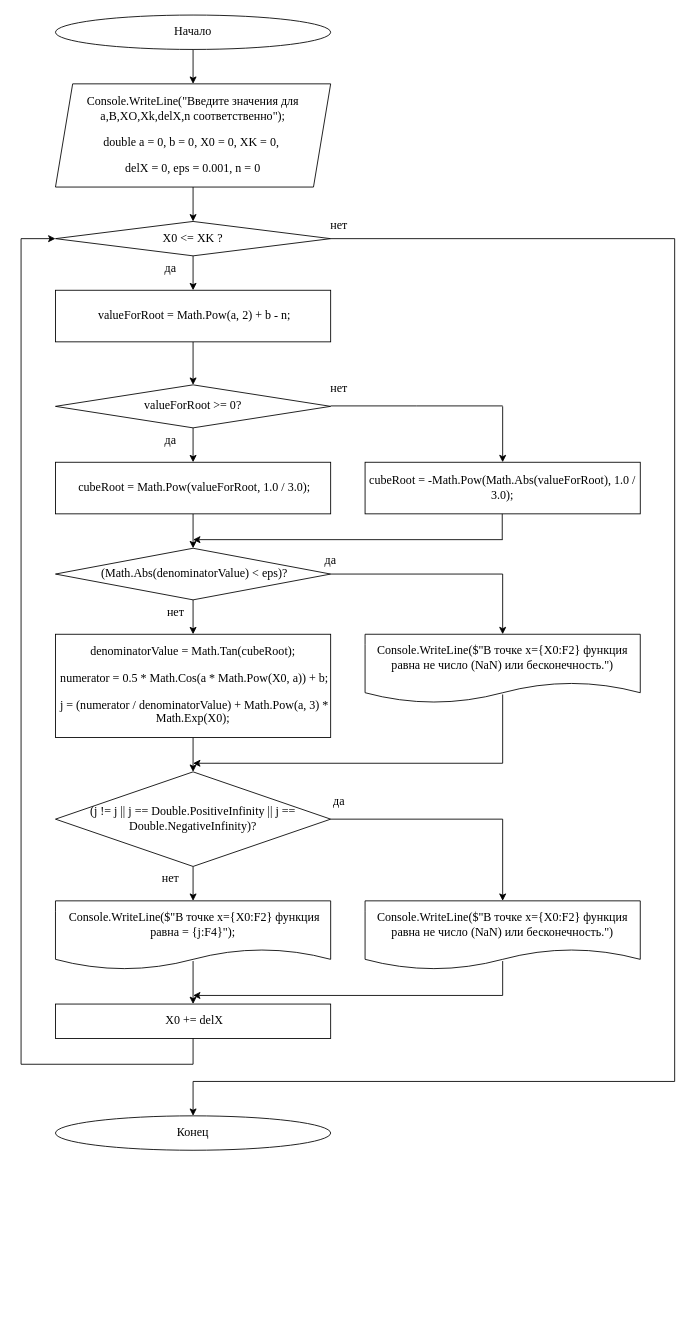
Dimag11/- keeps this draw.io diagram as Задание 7.drawio. Above is the earlier version. Source tidied: cells renumbered, new cells numbered last; positions are measured from the earlier drawing's top-left corner, leaving out a move shared by most shapes. Both pictures are drawn from the tidied source at 86%, with x=0, y=0 at pixel (21, 15).
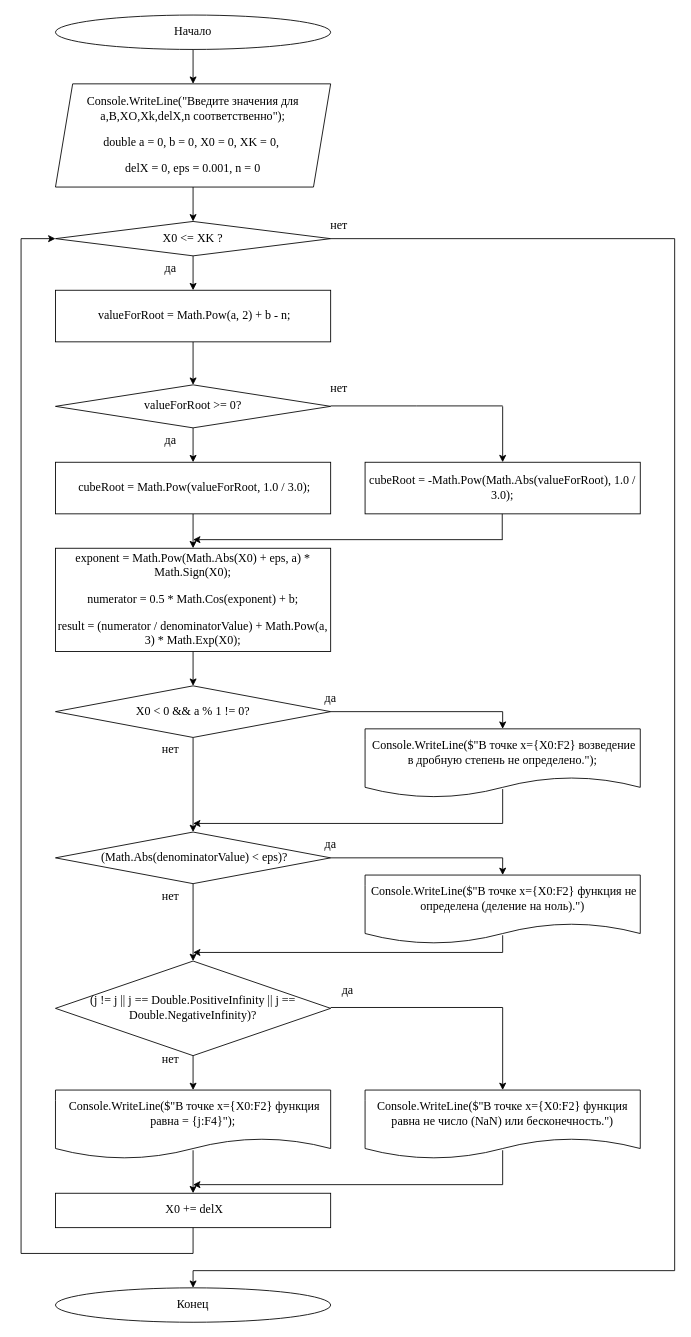
After the change.

Unchanged cells that the change refers to:
```xml
<mxCell id="17" value="&amp;nbsp;cubeRoot = Math.Pow(valueForRoot, 1.0 / 3.0);" style="rounded=0;whiteSpace=wrap;html=1;fontFamily=Times New Roman;fontSize=14;" parent="1" vertex="1">
  <mxGeometry x="40" y="520" width="320" height="60" as="geometry" />
</mxCell>
```

What changed in the source:
```diff
@@
-    <mxCell id="7" style="edgeStyle=orthogonalEdgeStyle;rounded=0;jettySize=auto;html=1;fontFamily=Times New Roman;fontSize=14;" parent="1" edge="1" source="8" target="29">
-      <mxGeometry relative="1" as="geometry" />
-    </mxCell>
+    <mxCell id="55" style="edgeStyle=orthogonalEdgeStyle;rounded=0;jettySize=auto;html=1;fontFamily=Times New Roman;fontSize=14;" parent="1" edge="1" source="8" target="58">
+      <mxGeometry relative="1" as="geometry" />
+    </mxCell>
-    <mxCell id="8" value="&lt;p class=&quot;MsoNormal&quot;&gt;&lt;font&gt;&lt;span style=&quot;background-color: rgb(255, 255, 255);&quot;&gt;denominatorValue = Math.Tan(cubeRoot);&lt;/span&gt;&lt;/font&gt;&lt;/p&gt;&lt;p class=&quot;MsoNormal&quot;&gt;&lt;font&gt;&lt;span style=&quot;background-color: rgb(255, 255, 255);&quot;&gt;&amp;nbsp;numerator = 0.5 * Math.Cos(a * Math.Pow(X0, a)) + b;&lt;/span&gt;&lt;/font&gt;&lt;/p&gt;&lt;p class=&quot;MsoNormal&quot;&gt;&lt;font&gt;&lt;span style=&quot;background-color: rgb(255, 255, 255);&quot;&gt;&amp;nbsp;j = (numerator / denominatorValue) + Math.Pow(a, 3) * Math.Exp(X0);&lt;/span&gt;&lt;/font&gt;&lt;/p&gt;" style="rounded=0;whiteSpace=wrap;html=1;fontFamily=Times New Roman;fontSize=14;" parent="1" vertex="1">
-      <mxGeometry x="40" y="720" width="320" height="120" as="geometry" />
+    <mxCell id="8" value="&lt;p class=&quot;MsoNormal&quot;&gt;exponent = Math.Pow(Math.Abs(X0) + eps, a) * Math.Sign(X0);&lt;/p&gt;&lt;p class=&quot;MsoNormal&quot;&gt;numerator = 0.5 * Math.Cos(exponent) + b;&lt;/p&gt;&lt;p class=&quot;MsoNormal&quot;&gt;result = (numerator / denominatorValue) + Math.Pow(a, 3) * Math.Exp(X0);&lt;/p&gt;" style="rounded=0;whiteSpace=wrap;html=1;fontFamily=Times New Roman;fontSize=14;" parent="1" vertex="1">
+      <mxGeometry x="40" y="620" width="320" height="120" as="geometry" />
     </mxCell>
     <mxCell id="9" value="&lt;p class=&quot;MsoNormal&quot;&gt;&lt;font&gt;&lt;span style=&quot;background: rgb(255, 255, 255);&quot;&gt;&amp;nbsp;&lt;/span&gt;&lt;span style=&quot;background: rgb(255, 255, 255);&quot;&gt;Console&lt;/span&gt;&lt;span style=&quot;background: rgb(255, 255, 255);&quot;&gt;.WriteLine(&lt;/span&gt;&lt;span style=&quot;background: rgb(255, 255, 255);&quot;&gt;$&quot;В точке x=&lt;/span&gt;&lt;span style=&quot;background: rgb(255, 255, 255);&quot;&gt;{X0:&lt;/span&gt;&lt;span style=&quot;background: rgb(255, 255, 255);&quot;&gt;F2&lt;/span&gt;&lt;span style=&quot;background: rgb(255, 255, 255);&quot;&gt;}&lt;/span&gt;&lt;span style=&quot;background: rgb(255, 255, 255);&quot;&gt;&amp;nbsp;функция равна = &lt;/span&gt;&lt;span style=&quot;background: rgb(255, 255, 255);&quot;&gt;{j:&lt;/span&gt;&lt;span style=&quot;background: rgb(255, 255, 255);&quot;&gt;F4&lt;/span&gt;&lt;span style=&quot;background: rgb(255, 255, 255);&quot;&gt;}&lt;/span&gt;&lt;span style=&quot;background: rgb(255, 255, 255);&quot;&gt;&quot;&lt;/span&gt;&lt;span style=&quot;background: rgb(255, 255, 255);&quot;&gt;);&lt;/span&gt;&lt;/font&gt;&lt;span style=&quot;background: rgb(255, 255, 255);&quot;&gt;&lt;/span&gt;&lt;/p&gt;" style="shape=document;whiteSpace=wrap;html=1;boundedLbl=1;fontFamily=Times New Roman;fontSize=14;" parent="1" vertex="1">
-      <mxGeometry x="40" y="1030" width="320" height="80" as="geometry" />
+      <mxGeometry x="40" y="1250" width="320" height="80" as="geometry" />
     </mxCell>
     <mxCell id="10" value="&lt;font&gt;&amp;nbsp;X0 += delX&lt;/font&gt;" style="rounded=0;whiteSpace=wrap;html=1;fontFamily=Times New Roman;fontSize=14;" parent="1" vertex="1">
-      <mxGeometry x="40" y="1150" width="320" height="40" as="geometry" />
+      <mxGeometry x="40" y="1370" width="320" height="40" as="geometry" />
     </mxCell>
     <mxCell id="11" value="&lt;font&gt;Конец&lt;/font&gt;" style="ellipse;whiteSpace=wrap;html=1;fontFamily=Times New Roman;fontSize=14;" parent="1" vertex="1">
-      <mxGeometry x="40" y="1280" width="320" height="40" as="geometry" />
+      <mxGeometry x="40" y="1480" width="320" height="40" as="geometry" />
     </mxCell>
@@
-    <mxCell id="16" style="edgeStyle=orthogonalEdgeStyle;rounded=0;jettySize=auto;html=1;fontFamily=Times New Roman;fontSize=14;" parent="1" edge="1" source="17" target="32">
-      <mxGeometry relative="1" as="geometry" />
+    <mxCell id="16" style="edgeStyle=orthogonalEdgeStyle;rounded=0;jettySize=auto;html=1;fontFamily=Times New Roman;fontSize=14;" parent="1" edge="1" source="17">
+      <mxGeometry relative="1" as="geometry">
+        <mxPoint x="200" y="620" as="targetPoint" />
+      </mxGeometry>
     </mxCell>
@@
     <mxCell id="29" value="(j != j || j == Double.PositiveInfinity || j == Double.NegativeInfinity)?" style="rhombus;whiteSpace=wrap;html=1;fontFamily=Times New Roman;fontSize=14;" parent="1" vertex="1">
-      <mxGeometry x="40" y="880" width="320" height="110" as="geometry" />
+      <mxGeometry x="40" y="1100" width="320" height="110" as="geometry" />
     </mxCell>
     <mxCell id="30" value="&lt;p class=&quot;MsoNormal&quot;&gt;&lt;span style=&quot;background-color: rgb(255, 255, 255);&quot;&gt;Console.WriteLine($&quot;В точке x={X0:F2} функция равна не число (NaN) или бесконечность.&quot;)&lt;/span&gt;&lt;/p&gt;" style="shape=document;whiteSpace=wrap;html=1;boundedLbl=1;fontFamily=Times New Roman;fontSize=14;" parent="1" vertex="1">
-      <mxGeometry x="400" y="1030" width="320" height="80" as="geometry" />
+      <mxGeometry x="400" y="1250" width="320" height="80" as="geometry" />
     </mxCell>
-    <mxCell id="31" style="edgeStyle=orthogonalEdgeStyle;rounded=0;jettySize=auto;html=1;fontFamily=Times New Roman;fontSize=14;" parent="1" edge="1" source="32" target="8">
-      <mxGeometry relative="1" as="geometry" />
-    </mxCell>
-    <mxCell id="32" value="&amp;nbsp;(Math.Abs(denominatorValue) &amp;lt; eps)?" style="rhombus;whiteSpace=wrap;html=1;fontFamily=Times New Roman;fontSize=14;" parent="1" vertex="1">
-      <mxGeometry x="40" y="620" width="320" height="60" as="geometry" />
-    </mxCell>
-    <mxCell id="33" value="&lt;p class=&quot;MsoNormal&quot;&gt;&lt;span style=&quot;background-color: rgb(255, 255, 255);&quot;&gt;Console.WriteLine($&quot;В точке x={X0:F2} функция равна не число (NaN) или бесконечность.&quot;)&lt;/span&gt;&lt;/p&gt;" style="shape=document;whiteSpace=wrap;html=1;boundedLbl=1;fontFamily=Times New Roman;fontSize=14;" parent="1" vertex="1">
-      <mxGeometry x="400" y="720" width="320" height="80" as="geometry" />
+    <mxCell id="33" value="&lt;p class=&quot;MsoNormal&quot;&gt;&lt;span style=&quot;background-color: rgb(255, 255, 255);&quot;&gt;&amp;nbsp;Console.WriteLine($&quot;В точке x={X0:F2} функция не определена (деление на ноль).&quot;)&lt;/span&gt;&lt;/p&gt;" style="shape=document;whiteSpace=wrap;html=1;boundedLbl=1;fontFamily=Times New Roman;fontSize=14;" parent="1" vertex="1">
+      <mxGeometry x="400" y="1000" width="320" height="80" as="geometry" />
     </mxCell>
@@
-    <mxCell id="35" style="endArrow=none;html=1;rounded=0;fontFamily=Times New Roman;fontSize=14;" parent="1" edge="1">
-      <mxGeometry relative="1" as="geometry">
-        <mxPoint x="360" y="650" as="sourcePoint" />
-        <mxPoint x="560" y="650" as="targetPoint" />
-      </mxGeometry>
-    </mxCell>
-    <mxCell id="36" style="endArrow=classic;html=1;rounded=0;fontFamily=Times New Roman;fontSize=14;" parent="1" edge="1" target="33">
-      <mxGeometry relative="1" as="geometry">
-        <mxPoint x="560" y="650" as="sourcePoint" />
-      </mxGeometry>
-    </mxCell>
-    <mxCell id="37" style="endArrow=none;html=1;rounded=0;fontFamily=Times New Roman;fontSize=14;" parent="1" edge="1">
-      <mxGeometry relative="1" as="geometry">
-        <mxPoint x="360" y="935" as="sourcePoint" />
-        <mxPoint x="560" y="935" as="targetPoint" />
-      </mxGeometry>
-    </mxCell>
-    <mxCell id="38" style="endArrow=classic;html=1;rounded=0;entryX=0.5;entryY=0;entryDx=0;entryDy=0;fontFamily=Times New Roman;fontSize=14;" parent="1" edge="1" target="30">
-      <mxGeometry relative="1" as="geometry">
-        <mxPoint x="560" y="935" as="sourcePoint" />
-      </mxGeometry>
-    </mxCell>
-    <mxCell id="39" style="endArrow=classic;html=1;rounded=0;entryX=0.5;entryY=0;entryDx=0;entryDy=0;fontFamily=Times New Roman;fontSize=14;" parent="1" edge="1" target="10">
-      <mxGeometry relative="1" as="geometry">
-        <mxPoint x="200" y="1100" as="sourcePoint" />
-      </mxGeometry>
-    </mxCell>
-    <mxCell id="40" style="endArrow=none;html=1;rounded=0;fontFamily=Times New Roman;fontSize=14;" parent="1" edge="1">
-      <mxGeometry relative="1" as="geometry">
-        <mxPoint x="560" y="1140" as="sourcePoint" />
-        <mxPoint x="560" y="1100" as="targetPoint" />
-      </mxGeometry>
-    </mxCell>
-    <mxCell id="41" style="endArrow=classic;html=1;rounded=0;fontFamily=Times New Roman;fontSize=14;" parent="1" edge="1">
-      <mxGeometry relative="1" as="geometry">
-        <mxPoint x="560" y="1140" as="sourcePoint" />
-        <mxPoint x="200" y="1140" as="targetPoint" />
-      </mxGeometry>
-    </mxCell>
-    <mxCell id="42" style="endArrow=none;html=1;rounded=0;fontFamily=Times New Roman;fontSize=14;" parent="1" edge="1">
-      <mxGeometry relative="1" as="geometry">
-        <mxPoint x="560" y="870" as="sourcePoint" />
-        <mxPoint x="560" y="790" as="targetPoint" />
-      </mxGeometry>
-    </mxCell>
-    <mxCell id="43" style="endArrow=classic;html=1;rounded=0;fontFamily=Times New Roman;fontSize=14;" parent="1" edge="1">
-      <mxGeometry relative="1" as="geometry">
-        <mxPoint x="560" y="870" as="sourcePoint" />
-        <mxPoint x="200" y="870" as="targetPoint" />
-      </mxGeometry>
-    </mxCell>
-    <mxCell id="44" value="да" style="text;html=1;align=center;verticalAlign=middle;whiteSpace=wrap;rounded=0;fontFamily=Times New Roman;fontSize=14;" parent="1" vertex="1">
-      <mxGeometry x="330" y="620" width="60" height="30" as="geometry" />
-    </mxCell>
-    <mxCell id="45" value="нет" style="text;html=1;align=center;verticalAlign=middle;whiteSpace=wrap;rounded=0;fontFamily=Times New Roman;fontSize=14;" parent="1" vertex="1">
-      <mxGeometry x="150" y="680" width="60" height="30" as="geometry" />
-    </mxCell>
-    <mxCell id="46" value="да" style="text;html=1;align=center;verticalAlign=middle;whiteSpace=wrap;rounded=0;fontFamily=Times New Roman;fontSize=14;" parent="1" vertex="1">
-      <mxGeometry x="340" y="900" width="60" height="30" as="geometry" />
-    </mxCell>
-    <mxCell id="47" value="нет" style="text;html=1;align=center;verticalAlign=middle;whiteSpace=wrap;rounded=0;fontFamily=Times New Roman;fontSize=14;" parent="1" vertex="1">
-      <mxGeometry x="144" y="990" width="60" height="30" as="geometry" />
-    </mxCell>
-    <mxCell id="48" style="endArrow=none;html=1;rounded=0;fontFamily=Times New Roman;fontSize=14;" parent="1" edge="1">
-      <mxGeometry relative="1" as="geometry">
-        <mxPoint y="1220" as="sourcePoint" />
-        <mxPoint x="200" y="1220" as="targetPoint" />
-      </mxGeometry>
-    </mxCell>
-    <mxCell id="49" style="endArrow=none;html=1;rounded=0;fontFamily=Times New Roman;fontSize=14;" parent="1" edge="1">
-      <mxGeometry relative="1" as="geometry">
-        <mxPoint y="1220" as="sourcePoint" />
-        <mxPoint y="260" as="targetPoint" />
-      </mxGeometry>
-    </mxCell>
@@
-    <mxCell id="51" style="endArrow=none;html=1;rounded=0;fontFamily=Times New Roman;fontSize=14;" parent="1" edge="1">
-      <mxGeometry relative="1" as="geometry">
-        <mxPoint x="760" y="1240" as="sourcePoint" />
-        <mxPoint x="760" y="260" as="targetPoint" />
-      </mxGeometry>
-    </mxCell>
-    <mxCell id="52" style="endArrow=none;html=1;rounded=0;fontFamily=Times New Roman;fontSize=14;" parent="1" edge="1">
-      <mxGeometry relative="1" as="geometry">
-        <mxPoint x="200" y="1240" as="sourcePoint" />
-        <mxPoint x="760" y="1240" as="targetPoint" />
-      </mxGeometry>
-    </mxCell>
-    <mxCell id="53" style="endArrow=none;html=1;rounded=0;fontFamily=Times New Roman;fontSize=14;" parent="1" edge="1">
-      <mxGeometry relative="1" as="geometry">
-        <mxPoint x="200" y="1220" as="sourcePoint" />
-        <mxPoint x="200" y="1190" as="targetPoint" />
-      </mxGeometry>
-    </mxCell>
-    <mxCell id="54" style="endArrow=classic;html=1;rounded=0;entryX=0.5;entryY=0;entryDx=0;entryDy=0;fontFamily=Times New Roman;fontSize=14;" parent="1" edge="1" target="11">
-      <mxGeometry relative="1" as="geometry">
-        <mxPoint x="200" y="1240" as="sourcePoint" />
-      </mxGeometry>
-    </mxCell>
+    <mxCell id="56" style="edgeStyle=orthogonalEdgeStyle;rounded=0;jettySize=auto;html=1;fontFamily=Times New Roman;fontSize=14;" parent="1" edge="1" source="32" target="29">
+      <mxGeometry relative="1" as="geometry" />
+    </mxCell>
+    <mxCell id="32" value="&amp;nbsp;(Math.Abs(denominatorValue) &amp;lt; eps)?" style="rhombus;whiteSpace=wrap;html=1;fontFamily=Times New Roman;fontSize=14;" parent="1" vertex="1">
+      <mxGeometry x="40" y="950" width="320" height="60" as="geometry" />
+    </mxCell>
+    <mxCell id="57" style="edgeStyle=orthogonalEdgeStyle;rounded=0;jettySize=auto;html=1;fontFamily=Times New Roman;fontSize=14;" parent="1" edge="1" source="58" target="32">
+      <mxGeometry relative="1" as="geometry" />
+    </mxCell>
+    <mxCell id="58" value="X0 &amp;lt; 0 &amp;amp;&amp;amp; a % 1 != 0?" style="rhombus;whiteSpace=wrap;html=1;fontFamily=Times New Roman;fontSize=14;" parent="1" vertex="1">
+      <mxGeometry x="40" y="780" width="320" height="60" as="geometry" />
+    </mxCell>
+    <mxCell id="59" value="&lt;p class=&quot;MsoNormal&quot;&gt;&lt;span style=&quot;background-color: rgb(255, 255, 255);&quot;&gt;&amp;nbsp;Console.WriteLine($&quot;В точке x={X0:F2} возведение в дробную степень не определено.&quot;);&lt;/span&gt;&lt;/p&gt;" style="shape=document;whiteSpace=wrap;html=1;boundedLbl=1;fontFamily=Times New Roman;fontSize=14;" parent="1" vertex="1">
+      <mxGeometry x="400" y="830" width="320" height="80" as="geometry" />
+    </mxCell>
+    <mxCell id="60" style="endArrow=none;html=1;rounded=0;fontFamily=Times New Roman;fontSize=14;" parent="1" edge="1">
+      <mxGeometry relative="1" as="geometry">
+        <mxPoint x="360" y="810" as="sourcePoint" />
+        <mxPoint x="560" y="810" as="targetPoint" />
+      </mxGeometry>
+    </mxCell>
+    <mxCell id="61" style="endArrow=classic;html=1;rounded=0;entryX=0.5;entryY=0;entryDx=0;entryDy=0;fontFamily=Times New Roman;fontSize=14;" parent="1" edge="1" target="59">
+      <mxGeometry relative="1" as="geometry">
+        <mxPoint x="560" y="810" as="sourcePoint" />
+      </mxGeometry>
+    </mxCell>
+    <mxCell id="62" style="endArrow=none;html=1;rounded=0;fontFamily=Times New Roman;fontSize=14;" parent="1" edge="1">
+      <mxGeometry relative="1" as="geometry">
+        <mxPoint x="560" y="940" as="sourcePoint" />
+        <mxPoint x="560" y="900" as="targetPoint" />
+      </mxGeometry>
+    </mxCell>
+    <mxCell id="63" style="endArrow=classic;html=1;rounded=0;fontFamily=Times New Roman;fontSize=14;" parent="1" edge="1">
+      <mxGeometry relative="1" as="geometry">
+        <mxPoint x="560" y="940" as="sourcePoint" />
+        <mxPoint x="200" y="940" as="targetPoint" />
+      </mxGeometry>
+    </mxCell>
+    <mxCell id="64" style="endArrow=none;html=1;rounded=0;fontFamily=Times New Roman;fontSize=14;" parent="1" edge="1">
+      <mxGeometry relative="1" as="geometry">
+        <mxPoint x="560" y="980" as="sourcePoint" />
+        <mxPoint x="360" y="980" as="targetPoint" />
+      </mxGeometry>
+    </mxCell>
+    <mxCell id="65" style="endArrow=classic;html=1;rounded=0;entryX=0.5;entryY=0;entryDx=0;entryDy=0;fontFamily=Times New Roman;fontSize=14;" parent="1" edge="1" target="33">
+      <mxGeometry relative="1" as="geometry">
+        <mxPoint x="560" y="980" as="sourcePoint" />
+      </mxGeometry>
+    </mxCell>
+    <mxCell id="66" style="endArrow=none;html=1;rounded=0;fontFamily=Times New Roman;fontSize=14;" parent="1" edge="1">
+      <mxGeometry relative="1" as="geometry">
+        <mxPoint x="560" y="1090" as="sourcePoint" />
+        <mxPoint x="560" y="1070" as="targetPoint" />
+      </mxGeometry>
+    </mxCell>
+    <mxCell id="67" style="endArrow=classic;html=1;rounded=0;fontFamily=Times New Roman;fontSize=14;" parent="1" edge="1">
+      <mxGeometry relative="1" as="geometry">
+        <mxPoint x="560" y="1090" as="sourcePoint" />
+        <mxPoint x="200" y="1090" as="targetPoint" />
+      </mxGeometry>
+    </mxCell>
+    <mxCell id="68" style="endArrow=none;html=1;rounded=0;fontFamily=Times New Roman;fontSize=14;" parent="1" edge="1">
+      <mxGeometry relative="1" as="geometry">
+        <mxPoint x="360" y="1154" as="sourcePoint" />
+        <mxPoint x="560" y="1154" as="targetPoint" />
+      </mxGeometry>
+    </mxCell>
+    <mxCell id="69" style="endArrow=classic;html=1;rounded=0;entryX=0.5;entryY=0;entryDx=0;entryDy=0;fontFamily=Times New Roman;fontSize=14;" parent="1" edge="1" target="30">
+      <mxGeometry relative="1" as="geometry">
+        <mxPoint x="560" y="1154" as="sourcePoint" />
+      </mxGeometry>
+    </mxCell>
+    <mxCell id="70" style="endArrow=classic;html=1;rounded=0;entryX=0.5;entryY=0;entryDx=0;entryDy=0;fontFamily=Times New Roman;fontSize=14;" parent="1" edge="1" target="10">
+      <mxGeometry relative="1" as="geometry">
+        <mxPoint x="200" y="1320" as="sourcePoint" />
+      </mxGeometry>
+    </mxCell>
+    <mxCell id="71" style="endArrow=none;html=1;rounded=0;fontFamily=Times New Roman;fontSize=14;" parent="1" edge="1">
+      <mxGeometry relative="1" as="geometry">
+        <mxPoint x="560" y="1360" as="sourcePoint" />
+        <mxPoint x="560" y="1320" as="targetPoint" />
+      </mxGeometry>
+    </mxCell>
+    <mxCell id="72" style="endArrow=classic;html=1;rounded=0;fontFamily=Times New Roman;fontSize=14;" parent="1" edge="1">
+      <mxGeometry relative="1" as="geometry">
+        <mxPoint x="560" y="1360" as="sourcePoint" />
+        <mxPoint x="200" y="1360" as="targetPoint" />
+      </mxGeometry>
+    </mxCell>
+    <mxCell id="73" style="endArrow=none;html=1;rounded=0;fontFamily=Times New Roman;fontSize=14;" parent="1" edge="1">
+      <mxGeometry relative="1" as="geometry">
+        <mxPoint x="200" y="1440" as="sourcePoint" />
+        <mxPoint x="200" y="1410" as="targetPoint" />
+      </mxGeometry>
+    </mxCell>
+    <mxCell id="74" style="endArrow=none;html=1;rounded=0;fontFamily=Times New Roman;fontSize=14;" parent="1" edge="1">
+      <mxGeometry relative="1" as="geometry">
+        <mxPoint y="1440" as="sourcePoint" />
+        <mxPoint x="200" y="1440" as="targetPoint" />
+      </mxGeometry>
+    </mxCell>
+    <mxCell id="75" style="endArrow=none;html=1;rounded=0;fontFamily=Times New Roman;fontSize=14;" parent="1" edge="1">
+      <mxGeometry relative="1" as="geometry">
+        <mxPoint y="1440" as="sourcePoint" />
+        <mxPoint y="260" as="targetPoint" />
+      </mxGeometry>
+    </mxCell>
+    <mxCell id="76" value="да" style="text;html=1;align=center;verticalAlign=middle;whiteSpace=wrap;rounded=0;fontFamily=Times New Roman;fontSize=14;" parent="1" vertex="1">
+      <mxGeometry x="350" y="1120" width="60" height="30" as="geometry" />
+    </mxCell>
+    <mxCell id="77" value="нет" style="text;html=1;align=center;verticalAlign=middle;whiteSpace=wrap;rounded=0;fontFamily=Times New Roman;fontSize=14;" parent="1" vertex="1">
+      <mxGeometry x="144" y="1200" width="60" height="30" as="geometry" />
+    </mxCell>
+    <mxCell id="78" value="да" style="text;html=1;align=center;verticalAlign=middle;whiteSpace=wrap;rounded=0;fontFamily=Times New Roman;fontSize=14;" parent="1" vertex="1">
+      <mxGeometry x="330" y="780" width="60" height="30" as="geometry" />
+    </mxCell>
+    <mxCell id="79" value="нет" style="text;html=1;align=center;verticalAlign=middle;whiteSpace=wrap;rounded=0;fontFamily=Times New Roman;fontSize=14;" parent="1" vertex="1">
+      <mxGeometry x="144" y="840" width="60" height="30" as="geometry" />
+    </mxCell>
+    <mxCell id="80" value="да" style="text;html=1;align=center;verticalAlign=middle;whiteSpace=wrap;rounded=0;fontFamily=Times New Roman;fontSize=14;" parent="1" vertex="1">
+      <mxGeometry x="330" y="950" width="60" height="30" as="geometry" />
+    </mxCell>
+    <mxCell id="81" value="нет" style="text;html=1;align=center;verticalAlign=middle;whiteSpace=wrap;rounded=0;fontFamily=Times New Roman;fontSize=14;" parent="1" vertex="1">
+      <mxGeometry x="144" y="1010" width="60" height="30" as="geometry" />
+    </mxCell>
+    <mxCell id="82" style="endArrow=none;html=1;rounded=0;fontFamily=Times New Roman;fontSize=14;" parent="1" edge="1">
+      <mxGeometry relative="1" as="geometry">
+        <mxPoint x="760" y="1460" as="sourcePoint" />
+        <mxPoint x="760" y="260" as="targetPoint" />
+      </mxGeometry>
+    </mxCell>
+    <mxCell id="83" style="endArrow=none;html=1;rounded=0;fontFamily=Times New Roman;fontSize=14;" parent="1" edge="1">
+      <mxGeometry relative="1" as="geometry">
+        <mxPoint x="200" y="1460" as="sourcePoint" />
+        <mxPoint x="760" y="1460" as="targetPoint" />
+      </mxGeometry>
+    </mxCell>
+    <mxCell id="84" style="endArrow=classic;html=1;rounded=0;entryX=0.5;entryY=0;entryDx=0;entryDy=0;fontFamily=Times New Roman;fontSize=14;" parent="1" edge="1" target="11">
+      <mxGeometry relative="1" as="geometry">
+        <mxPoint x="200" y="1460" as="sourcePoint" />
+      </mxGeometry>
+    </mxCell>
```
